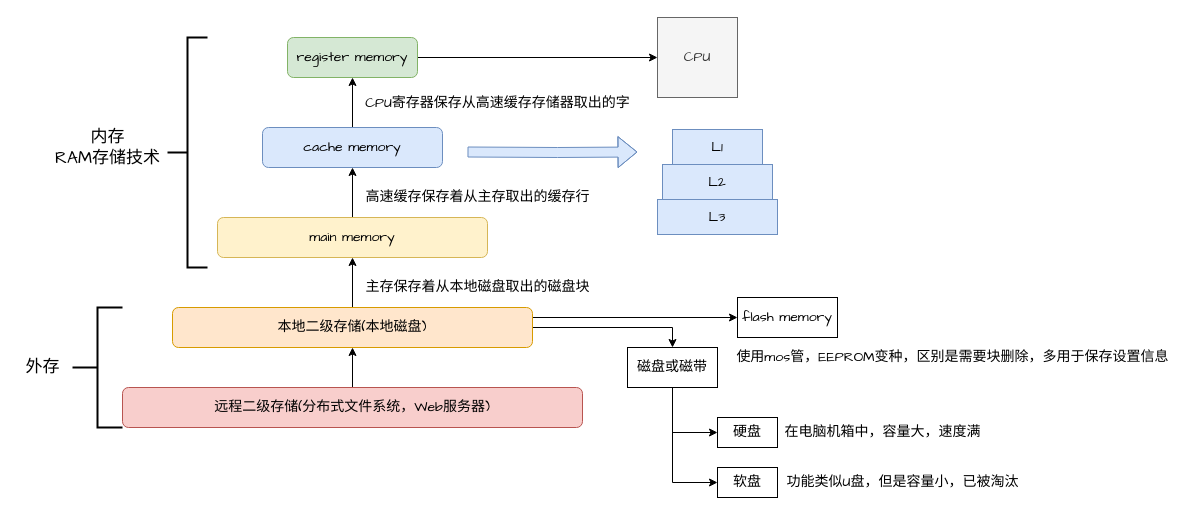
Above: page "memory" (10 of 10) of test.drawio in lijin-coder/picture (draw.io), before the change. Source tidied: cells renumbered, new cells numbered last; positions are measured from the earlier drawing's top-left corner, leaving out a move shared by most shapes. Both pictures are drawn from the tidied source at 100%, with x=0, y=0 at pixel (17, 17).
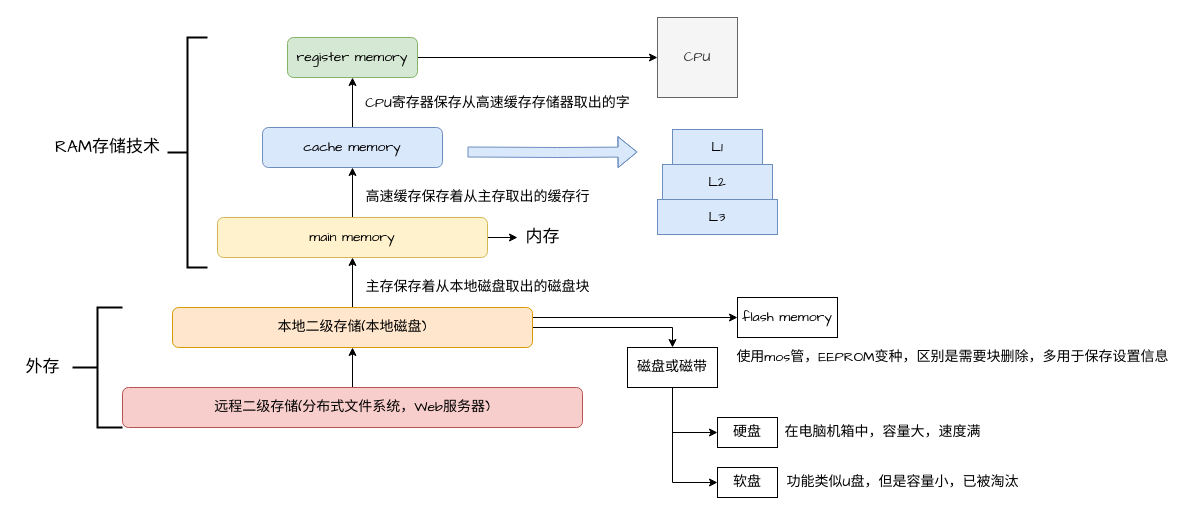
Above is the later version.

Commit message:
mod memory

The change refers to these unchanged cells:
```xml
<mxCell id="7" value="main memory" style="rounded=1;whiteSpace=wrap;html=1;fontFamily=Comic Sans MS;fontSize=14;fillColor=#fff2cc;strokeColor=#d6b656;" parent="1" vertex="1">
  <mxGeometry x="200" y="200" width="270" height="40" as="geometry" />
</mxCell>
```

Change to the diagram source:
```diff
@@
+    <mxCell id="35" style="edgeStyle=orthogonalEdgeStyle;rounded=0;jettySize=auto;html=1;exitX=1;exitY=0.5;exitDx=0;exitDy=0;fontFamily=Comic Sans MS;fontSize=14;" parent="1" edge="1" source="7" target="36">
+      <mxGeometry relative="1" as="geometry" />
+    </mxCell>
@@
-    <mxCell id="25" value="内存&lt;br&gt;RAM存储技术" style="text;html=1;align=center;verticalAlign=middle;strokeColor=none;fillColor=none;fontSize=17;fontFamily=Comic Sans MS;" parent="1" vertex="1">
-      <mxGeometry x="30" y="105" width="120" height="50" as="geometry" />
+    <mxCell id="25" value="RAM存储技术" style="text;html=1;align=center;verticalAlign=middle;strokeColor=none;fillColor=none;fontSize=17;fontFamily=Comic Sans MS;" parent="1" vertex="1">
+      <mxGeometry x="30" y="115" width="120" height="30" as="geometry" />
     </mxCell>
@@
+    <mxCell id="36" value="&lt;span style=&quot;font-size: 17px&quot;&gt;内存&lt;/span&gt;" style="text;html=1;align=center;verticalAlign=middle;points=[];strokeColor=none;fillColor=none;fontSize=14;fontFamily=Comic Sans MS;" parent="1" vertex="1">
+      <mxGeometry x="500" y="210" width="50" height="20" as="geometry" />
+    </mxCell>
```
